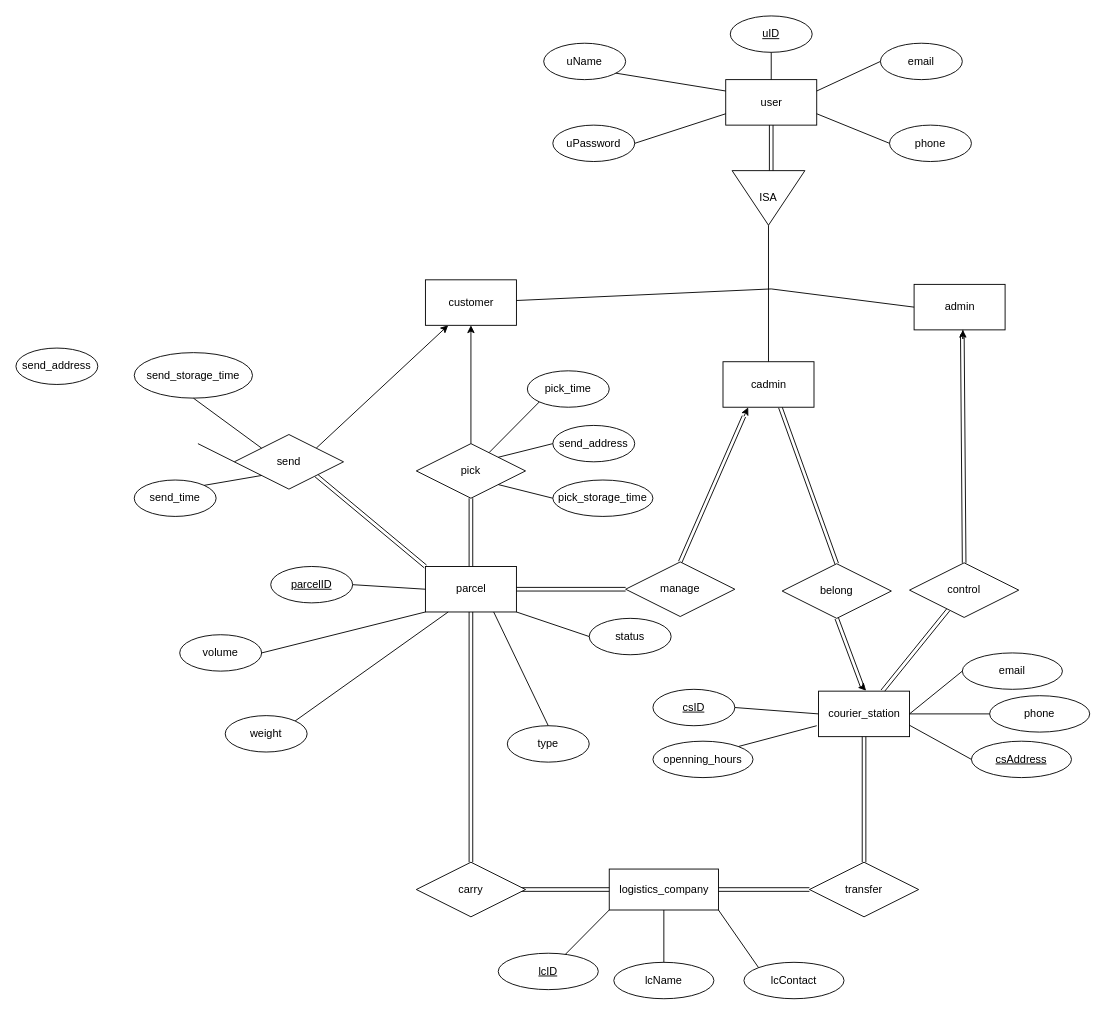
Above: Project/Draw/E-R.drawio in AllenYGY/DataBase-Management-System-Project (draw.io), before the change. Source tidied: cells renumbered, new cells numbered last; positions are measured from the earlier drawing's top-left corner, leaving out a move shared by most shapes. Both pictures are drawn from the tidied source at 91%, with x=0, y=0 at pixel (15, 15).
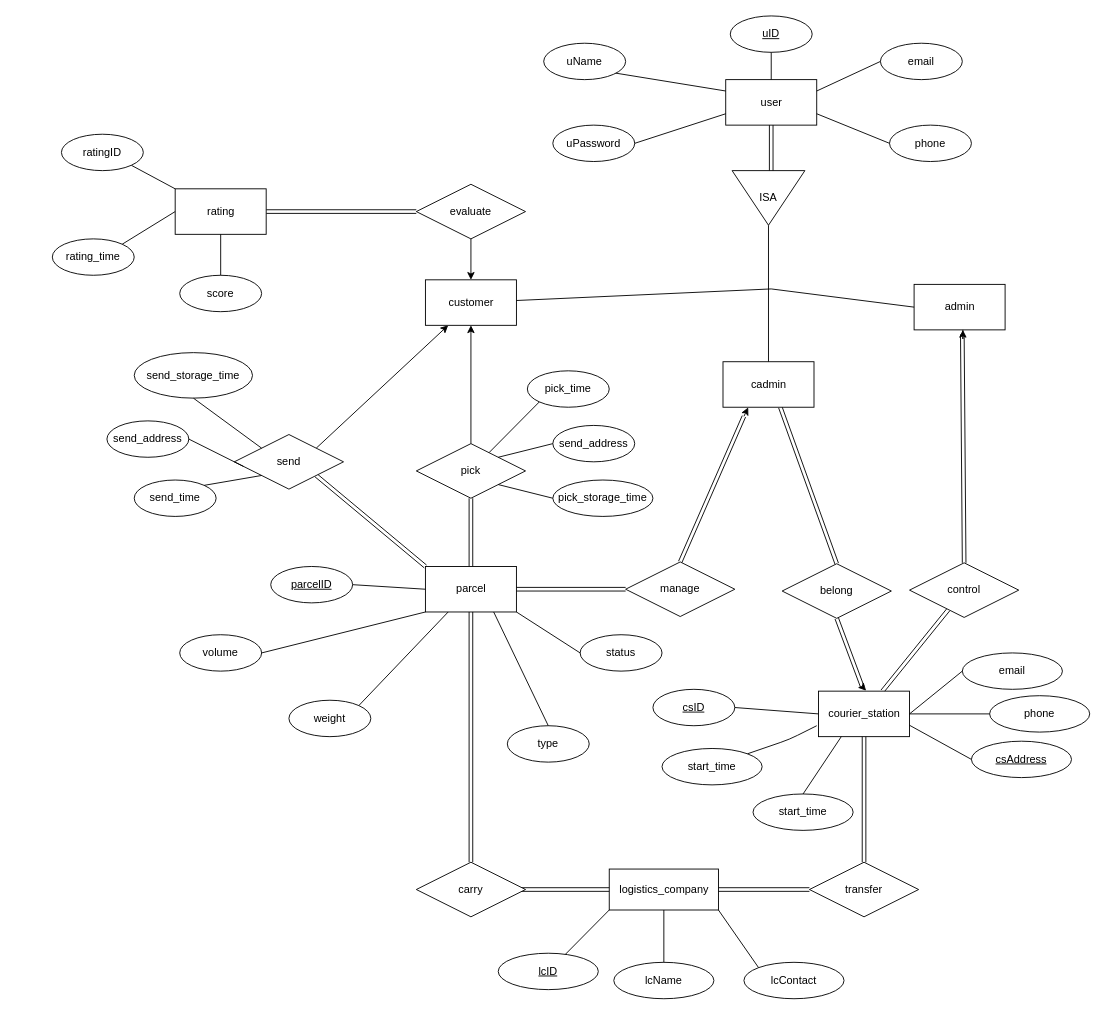
Above is the later version.

The change refers to these unchanged cells:
```xml
<mxCell id="10" value="courier_station" style="html=1;dashed=0;whitespace=wrap;" parent="1" vertex="1">
  <mxGeometry x="882" y="742" width="100" height="50" as="geometry" />
</mxCell>
<mxCell id="18" value="send" style="shape=rhombus;perimeter=rhombusPerimeter;whiteSpace=wrap;html=1;align=center;" parent="1" vertex="1">
  <mxGeometry x="240" y="460" width="120" height="60" as="geometry" />
</mxCell>
<mxCell id="25" value="customer" style="html=1;dashed=0;whitespace=wrap;" parent="1" vertex="1">
  <mxGeometry x="450" y="290" width="100" height="50" as="geometry" />
</mxCell>
```

Diff of the diagram source:
```diff
@@
-    <mxCell id="30" value="openning_hours" style="ellipse;whiteSpace=wrap;html=1;align=center;" parent="1" vertex="1">
-      <mxGeometry x="700" y="797" width="110" height="40" as="geometry" />
+    <mxCell id="30" value="start_time" style="ellipse;whiteSpace=wrap;html=1;align=center;" parent="1" vertex="1">
+      <mxGeometry x="710" y="805" width="110" height="40" as="geometry" />
     </mxCell>
@@
     <mxCell id="32" style="endArrow=none;html=1;exitX=1;exitY=0;exitDx=0;exitDy=0;" parent="1" edge="1" source="30">
       <mxGeometry relative="1" as="geometry">
         <mxPoint x="880" y="780" as="targetPoint" />
+        <Array as="points">
+          <mxPoint x="850" y="795" />
+        </Array>
       </mxGeometry>
     </mxCell>
@@
     <mxCell id="43" value="weight" style="ellipse;whiteSpace=wrap;html=1;align=center;" parent="1" vertex="1">
-      <mxGeometry x="230" y="768.9" width="90" height="40" as="geometry" />
+      <mxGeometry x="300" y="752" width="90" height="40" as="geometry" />
     </mxCell>
@@
     <mxCell id="47" value="status" style="ellipse;whiteSpace=wrap;html=1;align=center;" parent="1" vertex="1">
-      <mxGeometry x="630" y="662" width="90" height="40" as="geometry" />
+      <mxGeometry x="620" y="680" width="90" height="40" as="geometry" />
     </mxCell>
@@
     <mxCell id="59" value="send_address" style="ellipse;whiteSpace=wrap;html=1;align=center;" parent="1" vertex="1">
-      <mxGeometry y="365" width="90" height="40" as="geometry" />
+      <mxGeometry x="100" y="445" width="90" height="40" as="geometry" />
     </mxCell>
-    <mxCell id="60" style="endArrow=none;html=1;exitX=0;exitY=0.5;exitDx=0;exitDy=0;entryX=1;entryY=0.5;entryDx=0;entryDy=0;" parent="1" edge="1" source="18">
-      <mxGeometry relative="1" as="geometry">
-        <mxPoint x="200" y="470" as="targetPoint" />
-      </mxGeometry>
-    </mxCell>
@@
+    <mxCell id="88" value="start_time" style="ellipse;whiteSpace=wrap;html=1;align=center;" parent="1" vertex="1">
+      <mxGeometry x="810" y="855" width="110" height="40" as="geometry" />
+    </mxCell>
+    <mxCell id="89" style="endArrow=none;html=1;exitX=0.5;exitY=0;exitDx=0;exitDy=0;entryX=0.25;entryY=1;entryDx=0;entryDy=0;" parent="1" edge="1" source="88" target="10">
+      <mxGeometry relative="1" as="geometry" />
+    </mxCell>
+    <mxCell id="90" style="endArrow=none;html=1;entryX=1;entryY=0.5;entryDx=0;entryDy=0;" parent="1" edge="1" target="59">
+      <mxGeometry relative="1" as="geometry">
+        <mxPoint x="250" y="495" as="sourcePoint" />
+      </mxGeometry>
+    </mxCell>
+    <mxCell id="91" style="edgeStyle=none;shape=link;html=1;exitX=1;exitY=0.5;exitDx=0;exitDy=0;entryX=0;entryY=0.5;entryDx=0;entryDy=0;" parent="1" edge="1" source="92" target="100">
+      <mxGeometry relative="1" as="geometry" />
+    </mxCell>
+    <mxCell id="92" value="rating" style="html=1;dashed=0;whitespace=wrap;" parent="1" vertex="1">
+      <mxGeometry x="175" y="190" width="100" height="50" as="geometry" />
+    </mxCell>
+    <mxCell id="93" style="endArrow=none;html=1;exitX=0;exitY=0;exitDx=0;exitDy=0;entryX=1;entryY=1;entryDx=0;entryDy=0;" parent="1" edge="1" source="92" target="94">
+      <mxGeometry relative="1" as="geometry" />
+    </mxCell>
+    <mxCell id="94" value="ratingID" style="ellipse;whiteSpace=wrap;html=1;align=center;" parent="1" vertex="1">
+      <mxGeometry x="50" y="130" width="90" height="40" as="geometry" />
+    </mxCell>
+    <mxCell id="95" value="score" style="ellipse;whiteSpace=wrap;html=1;align=center;" parent="1" vertex="1">
+      <mxGeometry x="180" y="285" width="90" height="40" as="geometry" />
+    </mxCell>
+    <mxCell id="96" value="rating_time" style="ellipse;whiteSpace=wrap;html=1;align=center;" parent="1" vertex="1">
+      <mxGeometry x="40" y="245" width="90" height="40" as="geometry" />
+    </mxCell>
+    <mxCell id="97" style="endArrow=none;html=1;exitX=0;exitY=0.5;exitDx=0;exitDy=0;entryX=1;entryY=0;entryDx=0;entryDy=0;" parent="1" edge="1" source="92" target="96">
+      <mxGeometry relative="1" as="geometry" />
+    </mxCell>
+    <mxCell id="98" style="endArrow=none;html=1;exitX=0.5;exitY=1;exitDx=0;exitDy=0;entryX=0.5;entryY=0;entryDx=0;entryDy=0;" parent="1" edge="1" source="92" target="95">
+      <mxGeometry relative="1" as="geometry" />
+    </mxCell>
+    <mxCell id="99" style="edgeStyle=none;html=1;exitX=0.5;exitY=1;exitDx=0;exitDy=0;" parent="1" edge="1" source="100" target="25">
+      <mxGeometry relative="1" as="geometry" />
+    </mxCell>
+    <mxCell id="100" value="evaluate" style="shape=rhombus;perimeter=rhombusPerimeter;whiteSpace=wrap;html=1;align=center;" parent="1" vertex="1">
+      <mxGeometry x="440" y="185" width="120" height="60" as="geometry" />
+    </mxCell>
```
